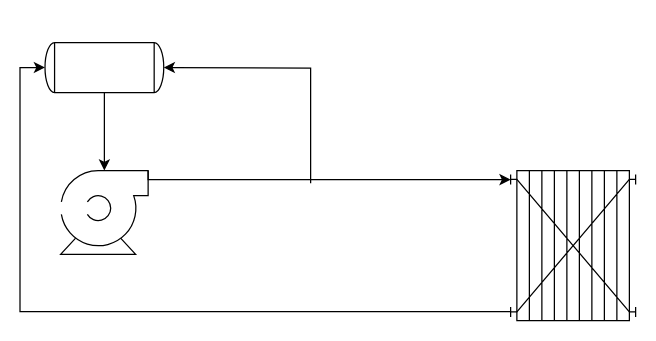
The draw.io diagram PBL_PFD.drawio in chrisakiki/UO-LAB, before the edit. Source tidied: cells renumbered, new cells numbered last; positions are measured from the earlier drawing's top-left corner, leaving out a move shared by most shapes. Both pictures are drawn from the tidied source at 125%, with x=0, y=0 at pixel (60, 8).
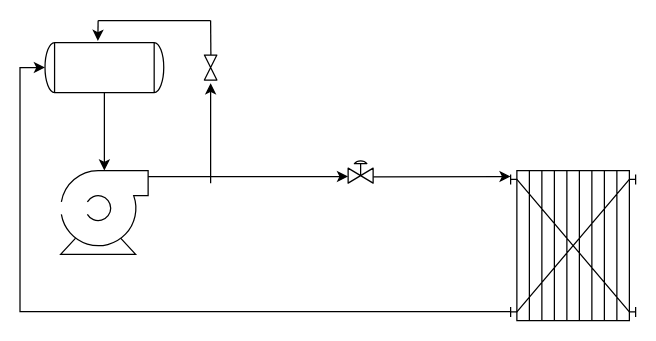
The same page after the edit.

Unchanged cells that the change refers to:
```xml
<mxCell id="2" style="shape=mxgraph.pid.pumps.centrifugal_pump_1;html=1;align=center;verticalLabelPosition=bottom;verticalAlign=top;dashed=0;" parent="1" vertex="1">
  <mxGeometry y="130" width="70" height="67" as="geometry" />
</mxCell>
<mxCell id="3" style="shape=mxgraph.pid.heat_exchangers.plate_and_frame_heat_exchanger;html=1;align=center;verticalLabelPosition=bottom;verticalAlign=top;dashed=0;" parent="1" vertex="1">
  <mxGeometry x="360" y="130" width="100" height="120" as="geometry" />
</mxCell>
<mxCell id="5" style="shape=mxgraph.pid.vessels.tank;html=1;align=center;verticalLabelPosition=bottom;verticalAlign=top;dashed=0;rotation=90;" parent="1" vertex="1">
  <mxGeometry x="15" width="40" height="95" as="geometry" />
</mxCell>
```

What changed in the source:
```diff
@@
-    <mxCell id="6" style="edgeStyle=orthogonalEdgeStyle;rounded=0;jettySize=auto;html=1;exitX=1;exitY=0;exitDx=0;exitDy=0;exitPerimeter=0;entryX=0;entryY=0.06;entryDx=0;entryDy=0;entryPerimeter=0;" parent="1" edge="1" source="2" target="3">
-      <mxGeometry relative="1" as="geometry">
-        <Array as="points">
-          <mxPoint x="70" y="137" />
-        </Array>
-      </mxGeometry>
-    </mxCell>
@@
-    <mxCell id="8" style="endArrow=classic;html=1;rounded=0;entryX=0.5;entryY=0;entryDx=0;entryDy=0;entryPerimeter=0;" parent="1" edge="1" target="5">
-      <mxGeometry relative="1" as="geometry">
-        <mxPoint x="200" y="140" as="sourcePoint" />
-        <Array as="points">
-          <mxPoint x="200" y="48" />
-        </Array>
-      </mxGeometry>
-    </mxCell>
+    <mxCell id="9" style="endArrow=classic;html=1;rounded=0;exitX=1;exitY=0;exitDx=0;exitDy=0;exitPerimeter=0;" parent="1" edge="1">
+      <mxGeometry relative="1" as="geometry">
+        <mxPoint x="70" y="134.7" as="sourcePoint" />
+        <mxPoint x="230" y="134.7" as="targetPoint" />
+        <Array as="points">
+          <mxPoint x="120" y="134.7" />
+        </Array>
+      </mxGeometry>
+    </mxCell>
+    <mxCell id="10" style="endArrow=classic;html=1;rounded=0;exitX=0;exitY=0.5;exitDx=0;exitDy=0;" parent="1" edge="1">
+      <mxGeometry relative="1" as="geometry">
+        <mxPoint x="250" y="135" as="sourcePoint" />
+        <mxPoint x="360" y="134.7" as="targetPoint" />
+      </mxGeometry>
+    </mxCell>
+    <mxCell id="11" style="verticalLabelPosition=bottom;align=center;html=1;verticalAlign=top;dashed=0;shape=mxgraph.pid2valves.valve;valveType=gate;actuator=diaph;" parent="1" vertex="1">
+      <mxGeometry x="230" y="120" width="20" height="20" as="geometry" />
+    </mxCell>
+    <mxCell id="12" style="verticalLabelPosition=bottom;align=center;html=1;verticalAlign=top;dashed=0;shape=mxgraph.pid2valves.valve;valveType=gate;rotation=90;" parent="1" vertex="1">
+      <mxGeometry x="110" y="42.5" width="20" height="10" as="geometry" />
+    </mxCell>
+    <mxCell id="13" style="endArrow=classic;html=1;rounded=0;" parent="1" edge="1">
+      <mxGeometry relative="1" as="geometry">
+        <mxPoint x="120" y="140" as="sourcePoint" />
+        <mxPoint x="120" y="60" as="targetPoint" />
+      </mxGeometry>
+    </mxCell>
+    <mxCell id="14" style="endArrow=none;html=1;rounded=0;" parent="1" edge="1">
+      <mxGeometry relative="1" as="geometry">
+        <mxPoint x="120.2" y="37.5" as="sourcePoint" />
+        <mxPoint x="120" y="10" as="targetPoint" />
+      </mxGeometry>
+    </mxCell>
+    <mxCell id="15" style="endArrow=none;html=1;rounded=0;" parent="1" edge="1">
+      <mxGeometry relative="1" as="geometry">
+        <mxPoint x="120" y="10" as="sourcePoint" />
+        <mxPoint x="30" y="10" as="targetPoint" />
+      </mxGeometry>
+    </mxCell>
+    <mxCell id="16" style="endArrow=classic;html=1;rounded=0;entryX=-0.032;entryY=0.555;entryDx=0;entryDy=0;entryPerimeter=0;" parent="1" edge="1" target="5">
+      <mxGeometry relative="1" as="geometry">
+        <mxPoint x="30" y="10" as="sourcePoint" />
+      </mxGeometry>
+    </mxCell>
```
